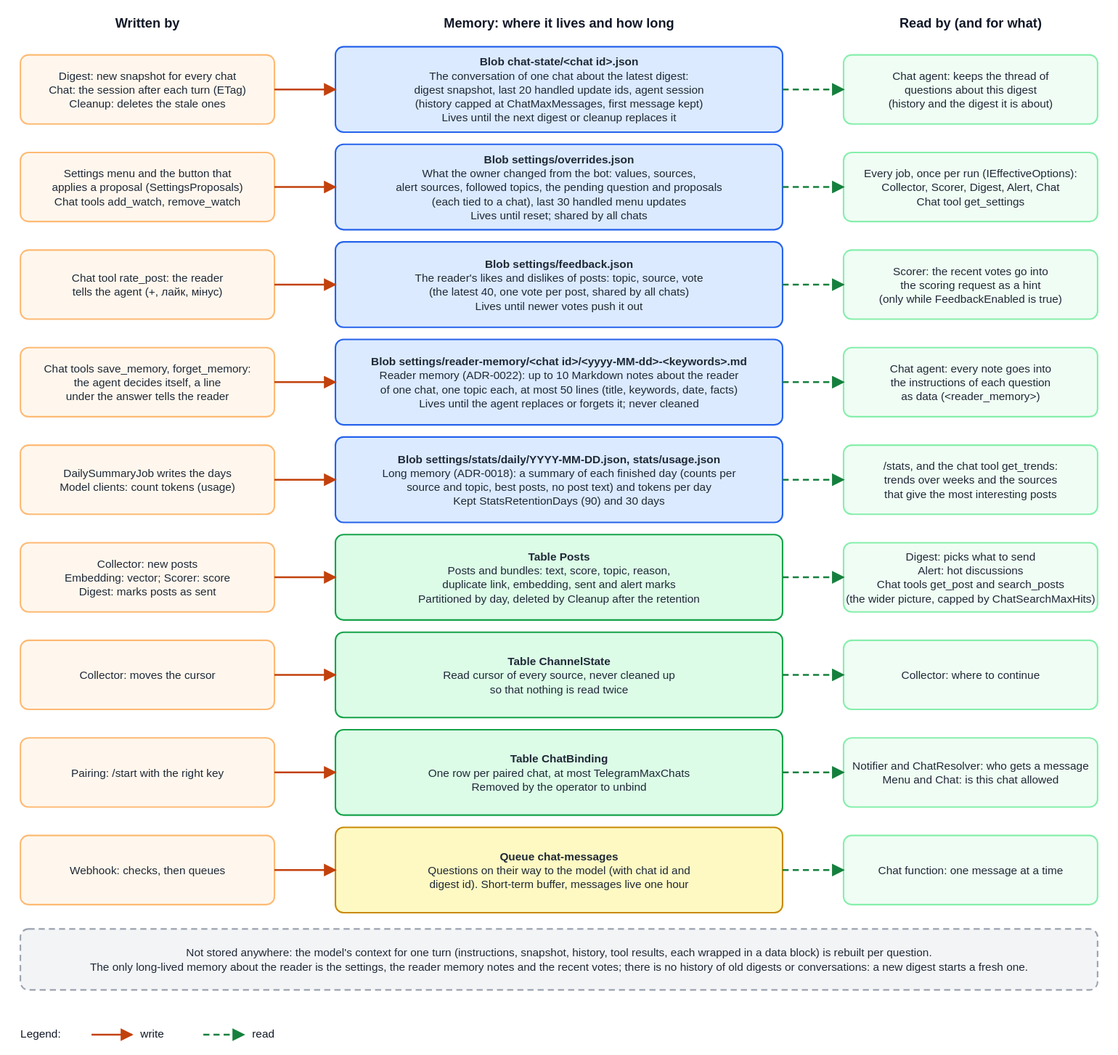
This is docs/developer-guide/images/memory.drawio.svg from KopylP/signal-feed, a draw.io export, as it was before one commit. Source tidied: cells renumbered, new cells last; positions are measured from the earlier drawing's top-left corner, leaving out a move shared by most shapes.
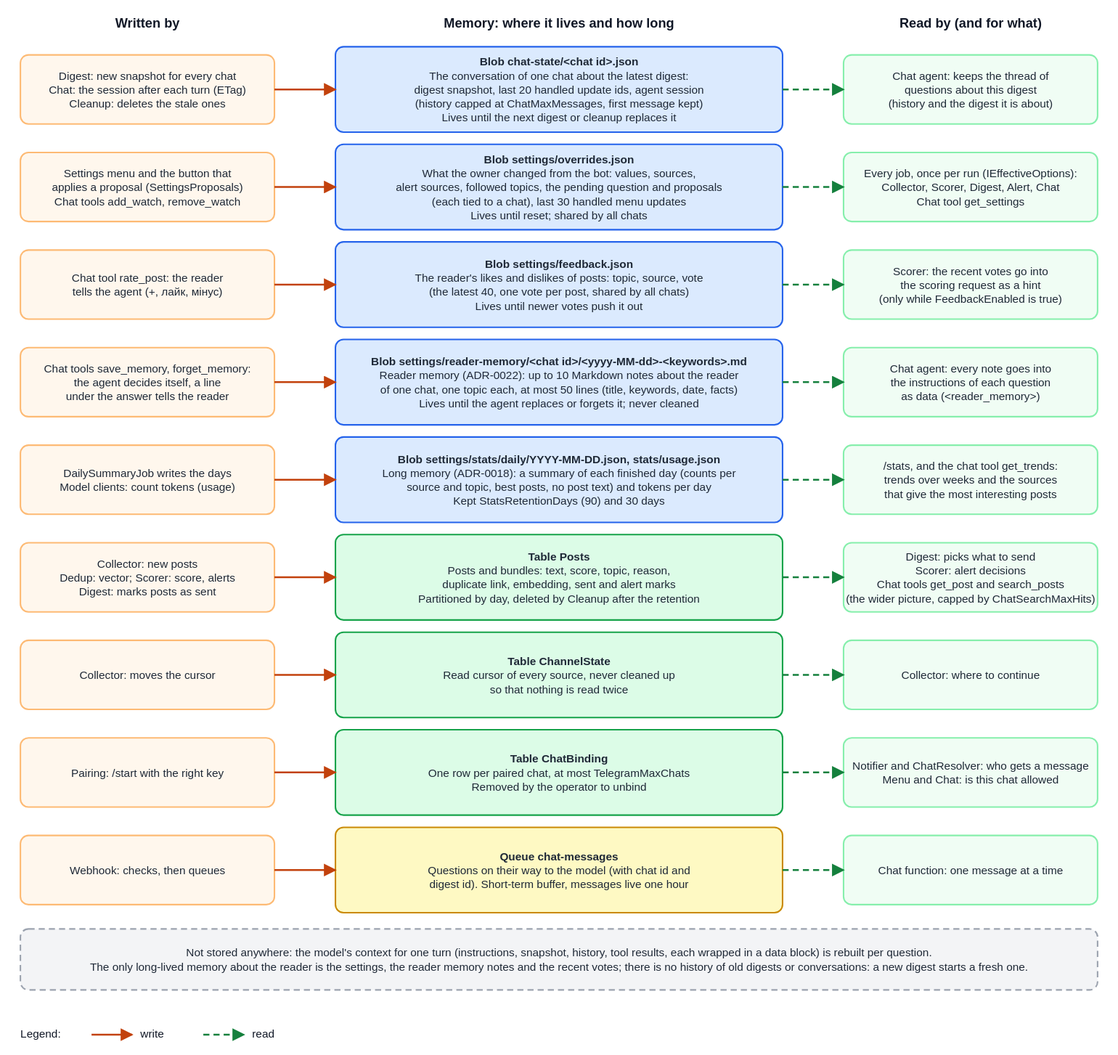
The same diagram one commit later.

What changed in the source:
```diff
@@ -140,13 +140,13 @@
     <mxCell id="39" style="rounded=1;arcSize=6;html=1;strokeColor=#fdba74;fillColor=#fff7ed;strokeWidth=1.5;" parent="1" vertex="1">
       <mxGeometry y="520" width="250" height="68" as="geometry" />
     </mxCell>
-    <mxCell id="40" value="Collector: new posts&lt;br&gt;Embedding: vector; Scorer: score&lt;br&gt;Digest: marks posts as sent" style="text;html=1;whiteSpace=wrap;align=center;verticalAlign=top;spacing=0;fontSize=11;fontColor=#1f2937;" parent="1" vertex="1">
+    <mxCell id="40" value="Collector: new posts&lt;br&gt;Dedup: vector; Scorer: score, alerts&lt;br&gt;Digest: marks posts as sent" style="text;html=1;whiteSpace=wrap;align=center;verticalAlign=top;spacing=0;fontSize=11;fontColor=#1f2937;" parent="1" vertex="1">
       <mxGeometry y="533.4" width="250" height="43.2" as="geometry" />
     </mxCell>
     <mxCell id="41" style="rounded=1;arcSize=6;html=1;strokeColor=#86efac;fillColor=#f0fdf4;strokeWidth=1.5;" parent="1" vertex="1">
       <mxGeometry x="810" y="520" width="250" height="68" as="geometry" />
     </mxCell>
-    <mxCell id="42" value="Digest: picks what to send&lt;br&gt;Alert: hot discussions&lt;br&gt;Chat tools get_post and search_posts&lt;br&gt;(the wider picture, capped by ChatSearchMaxHits)" style="text;html=1;whiteSpace=wrap;align=center;verticalAlign=top;spacing=0;fontSize=11;fontColor=#1f2937;" parent="1" vertex="1">
+    <mxCell id="42" value="Digest: picks what to send&lt;br&gt;Scorer: alert decisions&lt;br&gt;Chat tools get_post and search_posts&lt;br&gt;(the wider picture, capped by ChatSearchMaxHits)" style="text;html=1;whiteSpace=wrap;align=center;verticalAlign=top;spacing=0;fontSize=11;fontColor=#1f2937;" parent="1" vertex="1">
       <mxGeometry x="810" y="526.5" width="250" height="57" as="geometry" />
     </mxCell>
     <mxCell id="43" style="endArrow=block;html=1;strokeColor=#c2410c;strokeWidth=1.8;" parent="1" edge="1">
```
